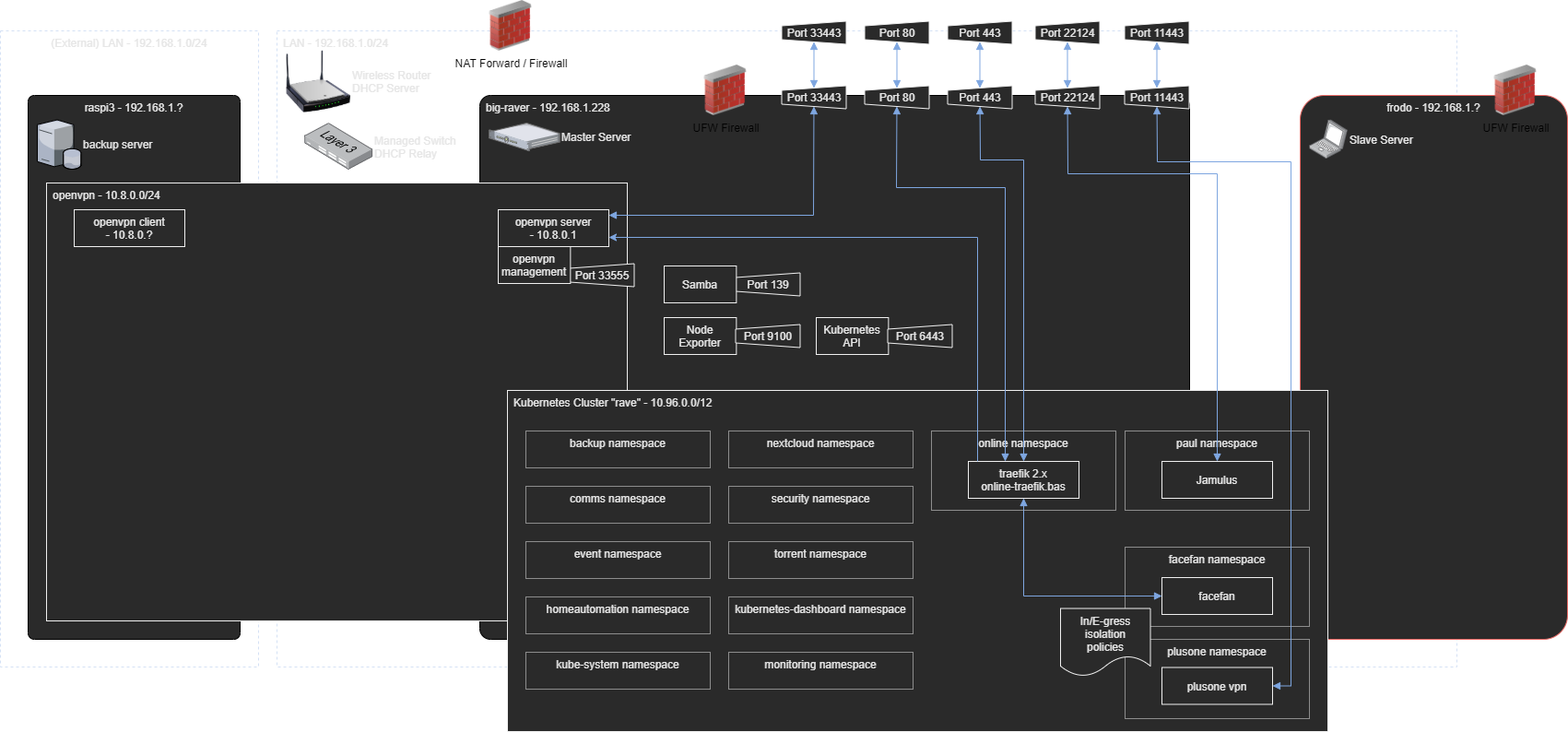
Above: documentation/src/static/images/la1r-diagrams-Network Arch - Data Layer.png in basraven/la1r (draw.io), before the change. Source tidied: cells renumbered, new cells last; positions are measured from the earlier drawing's top-left corner, leaving out a move shared by most shapes.
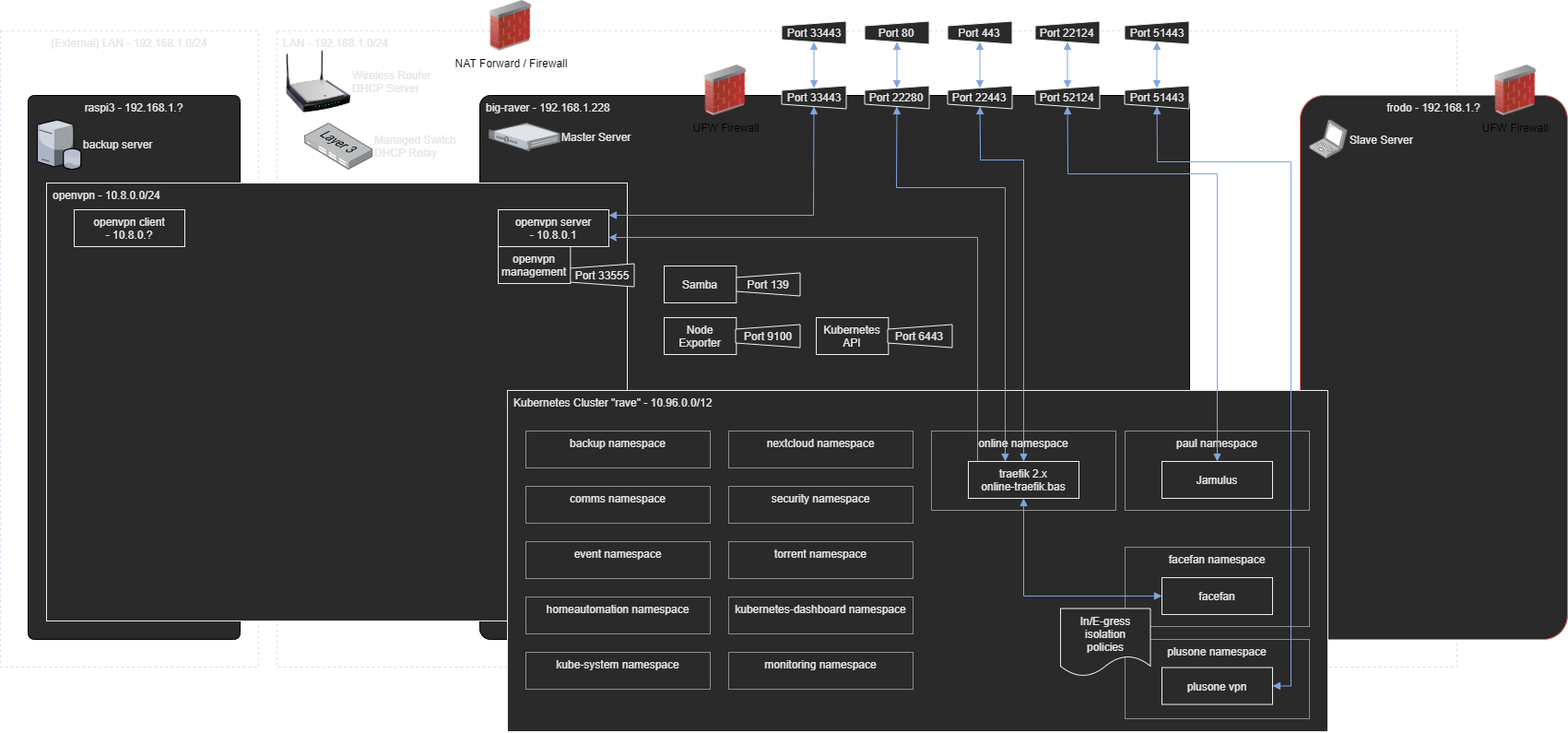
The same diagram one commit later.

Change to the diagram source:
```diff
@@ -8,7 +8,7 @@
     <mxCell id="3" value="big-raver - 192.168.1.228" style="rounded=1;whiteSpace=wrap;html=1;fontColor=#E6E6E6;arcSize=2;verticalAlign=top;fillColor=#2A2A2A;align=left;spacingLeft=5;" parent="1" vertex="1">
       <mxGeometry x="520" y="103" width="770" height="590" as="geometry" />
     </mxCell>
-    <mxCell id="4" value="Port 11443" style="shape=trapezoid;perimeter=trapezoidPerimeter;whiteSpace=wrap;html=1;rounded=0;comic=0;strokeColor=#f0f0f0;fillColor=#2a2a2a;fontColor=#E6E6E6;verticalAlign=middle;arcSize=3;rotation=90;flipH=1;flipV=1;horizontal=0;labelBackgroundColor=none;" parent="1" vertex="1">
+    <mxCell id="4" value="Port 51443" style="shape=trapezoid;perimeter=trapezoidPerimeter;whiteSpace=wrap;html=1;rounded=0;comic=0;strokeColor=#f0f0f0;fillColor=#2a2a2a;fontColor=#E6E6E6;verticalAlign=middle;arcSize=3;rotation=90;flipH=1;flipV=1;horizontal=0;labelBackgroundColor=none;" parent="1" vertex="1">
       <mxGeometry x="1242" y="70" width="25" height="70" as="geometry" />
     </mxCell>
     <mxCell id="5" value="(External) LAN - 192.168.1.0/24" style="rounded=0;whiteSpace=wrap;html=1;fontColor=#E6E6E6;verticalAlign=top;fillColor=none;dashed=1;strokeColor=#D4E1F5;" parent="1" vertex="1">
@@ -101,7 +101,7 @@
     <mxCell id="31" value="&lt;span&gt;Port 33443&lt;/span&gt;" style="shape=trapezoid;perimeter=trapezoidPerimeter;whiteSpace=wrap;html=1;rounded=0;comic=0;strokeColor=#f0f0f0;fillColor=#2a2a2a;fontColor=#E6E6E6;verticalAlign=middle;arcSize=3;rotation=90;flipH=1;flipV=1;horizontal=0;labelBackgroundColor=none;" parent="1" vertex="1">
       <mxGeometry x="870" y="70" width="25" height="70" as="geometry" />
     </mxCell>
-    <mxCell id="32" value="Port 80" style="shape=trapezoid;perimeter=trapezoidPerimeter;whiteSpace=wrap;html=1;rounded=0;comic=0;strokeColor=#f0f0f0;fillColor=#2a2a2a;fontColor=#E6E6E6;verticalAlign=middle;arcSize=3;rotation=90;flipH=1;flipV=1;horizontal=0;labelBackgroundColor=none;" parent="1" vertex="1">
+    <mxCell id="32" value="Port 22280" style="shape=trapezoid;perimeter=trapezoidPerimeter;whiteSpace=wrap;html=1;rounded=0;comic=0;strokeColor=#f0f0f0;fillColor=#2a2a2a;fontColor=#E6E6E6;verticalAlign=middle;arcSize=3;rotation=90;flipH=1;flipV=1;horizontal=0;labelBackgroundColor=none;" parent="1" vertex="1">
       <mxGeometry x="960" y="70" width="25" height="70" as="geometry" />
     </mxCell>
     <mxCell id="33" value="facefan namespace" style="rounded=0;whiteSpace=wrap;html=1;strokeColor=#f0f0f0;fillColor=#2a2a2a;fontColor=#E6E6E6;verticalAlign=top;arcSize=3;dashed=1;dashPattern=1 1;" parent="1" vertex="1">
@@ -120,7 +120,7 @@
     <mxCell id="36" value="plusone namespace" style="rounded=0;whiteSpace=wrap;html=1;strokeColor=#f0f0f0;fillColor=#2a2a2a;fontColor=#E6E6E6;verticalAlign=top;arcSize=3;dashed=1;dashPattern=1 1;" parent="1" vertex="1">
       <mxGeometry x="1220" y="693" width="200" height="86" as="geometry" />
     </mxCell>
-    <mxCell id="37" value="Port 11443" style="shape=trapezoid;perimeter=trapezoidPerimeter;whiteSpace=wrap;html=1;rounded=0;comic=0;strokeColor=#f0f0f0;fillColor=#2a2a2a;fontColor=#E6E6E6;verticalAlign=middle;arcSize=3;rotation=90;flipV=1;horizontal=0;flipH=1;labelBackgroundColor=none;" parent="1" vertex="1">
+    <mxCell id="37" value="Port 51443" style="shape=trapezoid;perimeter=trapezoidPerimeter;whiteSpace=wrap;html=1;rounded=0;comic=0;strokeColor=#f0f0f0;fillColor=#2a2a2a;fontColor=#E6E6E6;verticalAlign=middle;arcSize=3;rotation=90;flipV=1;horizontal=0;flipH=1;labelBackgroundColor=none;" parent="1" vertex="1">
       <mxGeometry x="1242" width="25" height="70" as="geometry" />
     </mxCell>
     <mxCell id="38" value="Port 80" style="shape=trapezoid;perimeter=trapezoidPerimeter;whiteSpace=wrap;html=1;rounded=0;comic=0;strokeColor=#f0f0f0;fillColor=#2a2a2a;fontColor=#E6E6E6;verticalAlign=middle;arcSize=3;rotation=90;horizontal=0;flipH=1;flipV=1;labelBackgroundColor=none;" parent="1" vertex="1">
@@ -161,7 +161,7 @@
         </Array>
       </mxGeometry>
     </mxCell>
-    <mxCell id="46" value="Port 443" style="shape=trapezoid;perimeter=trapezoidPerimeter;whiteSpace=wrap;html=1;rounded=0;comic=0;strokeColor=#f0f0f0;fillColor=#2a2a2a;fontColor=#E6E6E6;verticalAlign=middle;arcSize=3;rotation=90;flipH=1;flipV=1;horizontal=0;labelBackgroundColor=none;" parent="1" vertex="1">
+    <mxCell id="46" value="Port 22443" style="shape=trapezoid;perimeter=trapezoidPerimeter;whiteSpace=wrap;html=1;rounded=0;comic=0;strokeColor=#f0f0f0;fillColor=#2a2a2a;fontColor=#E6E6E6;verticalAlign=middle;arcSize=3;rotation=90;flipH=1;flipV=1;horizontal=0;labelBackgroundColor=none;" parent="1" vertex="1">
       <mxGeometry x="1050" y="70" width="25" height="70" as="geometry" />
     </mxCell>
     <mxCell id="47" value="Port 443" style="shape=trapezoid;perimeter=trapezoidPerimeter;whiteSpace=wrap;html=1;rounded=0;comic=0;strokeColor=#f0f0f0;fillColor=#2a2a2a;fontColor=#E6E6E6;verticalAlign=middle;arcSize=3;rotation=90;horizontal=0;flipH=1;flipV=1;labelBackgroundColor=none;" parent="1" vertex="1">
@@ -234,7 +234,7 @@
     <mxCell id="64" value="Jamulus" style="rounded=0;whiteSpace=wrap;html=1;strokeColor=#f0f0f0;fillColor=#2a2a2a;fontColor=#E6E6E6;verticalAlign=middle;arcSize=3;" parent="1" vertex="1">
       <mxGeometry x="1260" y="500" width="120" height="40" as="geometry" />
     </mxCell>
-    <mxCell id="65" value="Port 22124" style="shape=trapezoid;perimeter=trapezoidPerimeter;whiteSpace=wrap;html=1;rounded=0;comic=0;strokeColor=#f0f0f0;fillColor=#2a2a2a;fontColor=#E6E6E6;verticalAlign=middle;arcSize=3;rotation=90;flipH=1;flipV=1;horizontal=0;labelBackgroundColor=none;" parent="1" vertex="1">
+    <mxCell id="65" value="Port 52124" style="shape=trapezoid;perimeter=trapezoidPerimeter;whiteSpace=wrap;html=1;rounded=0;comic=0;strokeColor=#f0f0f0;fillColor=#2a2a2a;fontColor=#E6E6E6;verticalAlign=middle;arcSize=3;rotation=90;flipH=1;flipV=1;horizontal=0;labelBackgroundColor=none;" parent="1" vertex="1">
       <mxGeometry x="1145" y="70" width="25" height="70" as="geometry" />
     </mxCell>
     <mxCell id="66" value="Port 22124" style="shape=trapezoid;perimeter=trapezoidPerimeter;whiteSpace=wrap;html=1;rounded=0;comic=0;strokeColor=#f0f0f0;fillColor=#2a2a2a;fontColor=#E6E6E6;verticalAlign=middle;arcSize=3;rotation=90;horizontal=0;flipH=1;flipV=1;labelBackgroundColor=none;" parent="1" vertex="1">
```
